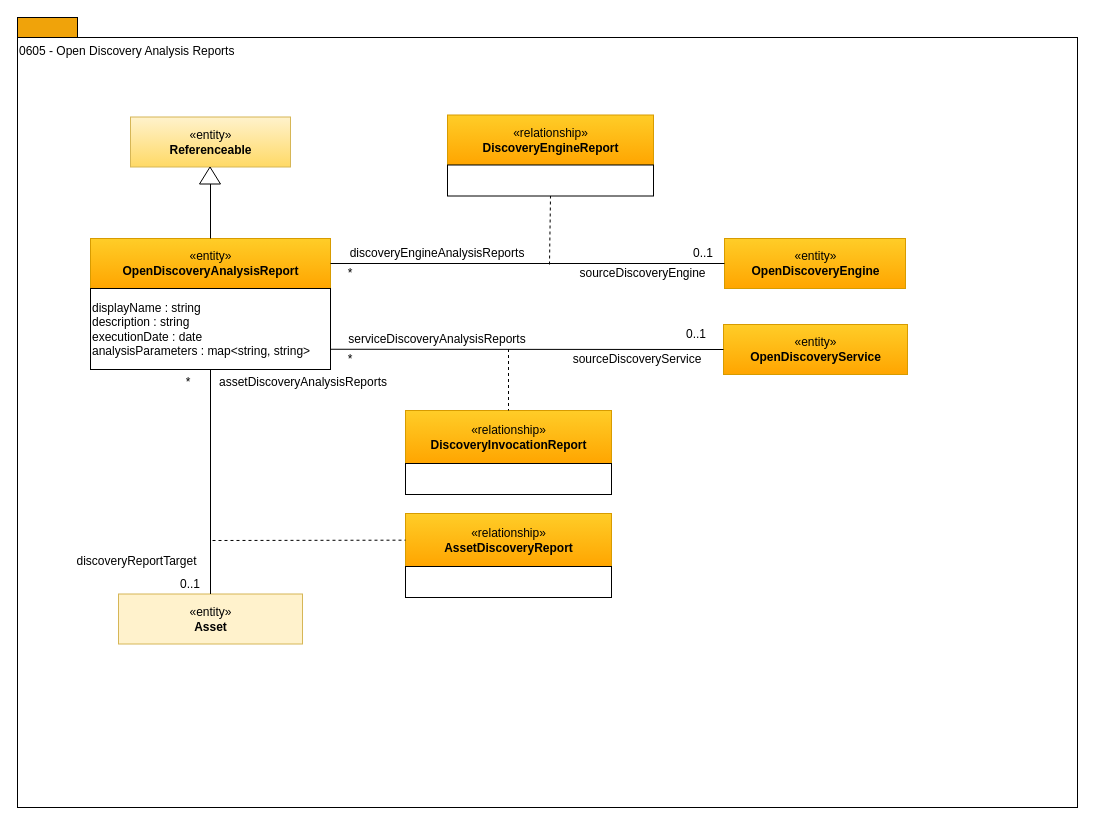
Before: page "0605 - Discovery Analysis Reports" (5 of 17) of open-metadata-publication/website/open-metadata-types/area-6-discovery.drawio in planetf1/egeria, a draw.io diagram. Source tidied: cells renumbered, new cells numbered last; positions are measured from the earlier drawing's top-left corner, leaving out a move shared by most shapes. Both pictures are drawn from the tidied source at 100%, with x=0, y=0 at pixel (17, 17).
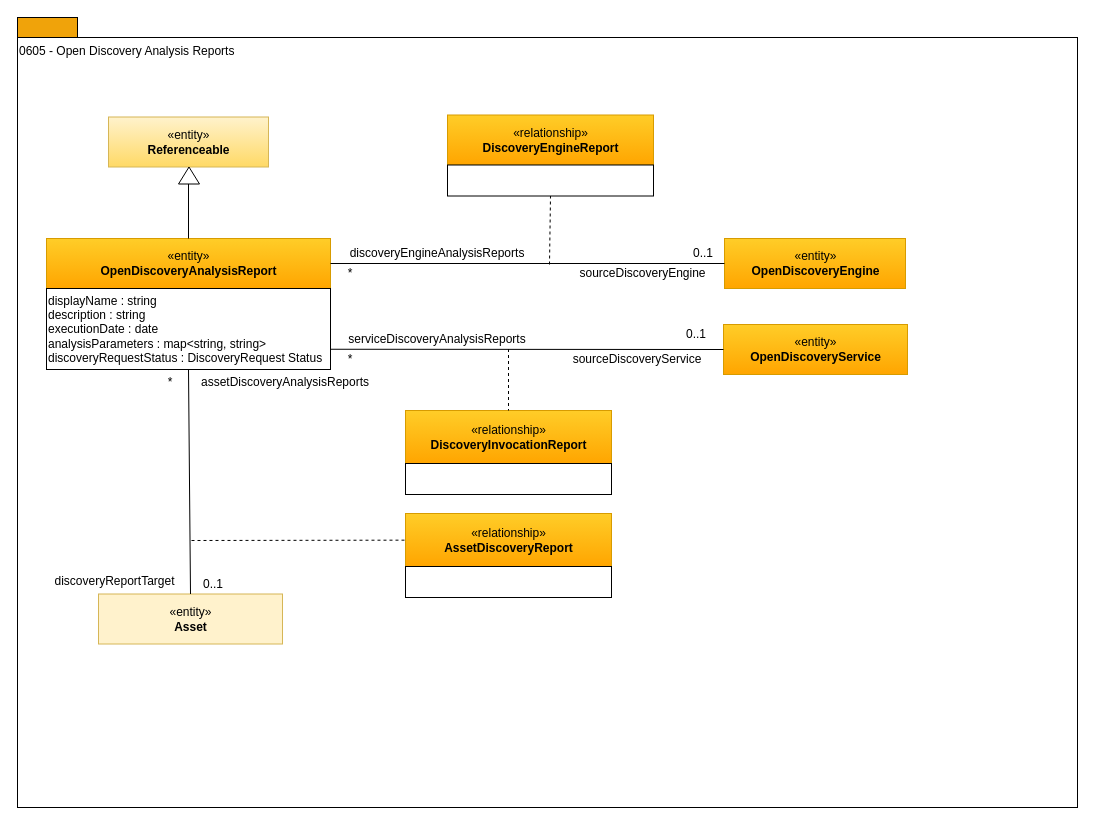
The same diagram, later.

The change refers to these unchanged cells:
```xml
<mxCell id="28" value="«relationship»&lt;br&gt;&lt;b&gt;AssetDiscoveryReport&lt;/b&gt;" style="html=1;strokeColor=#d79b00;align=center;fillColor=#ffcd28;gradientColor=#ffa500;" parent="1" vertex="1">
  <mxGeometry x="388" y="496" width="206" height="53" as="geometry" />
</mxCell>
```

The edit, as a diff of the source:
```diff
@@
     <mxCell id="4" value="«entity»&lt;br&gt;&lt;b&gt;OpenDiscoveryAnalysisReport&lt;/b&gt;" style="html=1;strokeColor=#d79b00;align=center;fillColor=#ffcd28;gradientColor=#ffa500;" parent="1" vertex="1">
-      <mxGeometry x="73" y="221" width="240" height="50" as="geometry" />
+      <mxGeometry x="29" y="221" width="284" height="50" as="geometry" />
     </mxCell>
-    <mxCell id="5" value="displayName : string&lt;br&gt;description : string&lt;br&gt;executionDate : date&lt;br&gt;&lt;div style=&quot;text-align: left&quot;&gt;&lt;span&gt;analysisParameters : map&amp;lt;string, string&amp;gt;&lt;/span&gt;&lt;/div&gt;" style="rounded=0;whiteSpace=wrap;html=1;strokeColor=#000000;gradientColor=#ffffff;align=left;" parent="1" vertex="1">
-      <mxGeometry x="73" y="271" width="240" height="81" as="geometry" />
+    <mxCell id="5" value="displayName : string&lt;br&gt;description : string&lt;br&gt;executionDate : date&lt;br&gt;&lt;div style=&quot;text-align: left&quot;&gt;&lt;span&gt;analysisParameters : map&amp;lt;string, string&amp;gt;&lt;/span&gt;&lt;/div&gt;&lt;div style=&quot;text-align: left&quot;&gt;&lt;span&gt;discoveryRequestStatus : DiscoveryRequest Status&lt;/span&gt;&lt;/div&gt;" style="rounded=0;whiteSpace=wrap;html=1;strokeColor=#000000;gradientColor=#ffffff;align=left;" parent="1" vertex="1">
+      <mxGeometry x="29" y="271" width="284" height="81" as="geometry" />
     </mxCell>
@@
     <mxCell id="7" value="«entity»&lt;br&gt;&lt;b&gt;Referenceable&lt;/b&gt;" style="html=1;strokeColor=#d6b656;align=center;fillColor=#fff2cc;gradientColor=#ffd966;" parent="1" vertex="1">
-      <mxGeometry x="113" y="99.5" width="160" height="50" as="geometry" />
+      <mxGeometry x="91" y="99.5" width="160" height="50" as="geometry" />
     </mxCell>
     <mxCell id="8" style="triangle;whiteSpace=wrap;html=1;strokeColor=#000000;gradientColor=#ffffff;align=center;rotation=-90;" parent="1" vertex="1">
-      <mxGeometry x="184" y="147.5" width="17" height="21" as="geometry" />
+      <mxGeometry x="163" y="147.5" width="17" height="21" as="geometry" />
     </mxCell>
@@
     <mxCell id="27" value="«entity»&lt;br&gt;&lt;b&gt;Asset&lt;/b&gt;" style="html=1;strokeColor=#d6b656;align=center;fillColor=#fff2cc;" parent="1" vertex="1">
-      <mxGeometry x="101" y="576.5" width="184" height="50" as="geometry" />
+      <mxGeometry x="81" y="576.5" width="184" height="50" as="geometry" />
     </mxCell>
@@
     <mxCell id="29" style="endArrow=none;dashed=1;html=1;" parent="1" edge="1" target="28">
       <mxGeometry relative="1" as="geometry">
-        <mxPoint x="195" y="523" as="sourcePoint" />
+        <mxPoint x="174" y="523" as="sourcePoint" />
       </mxGeometry>
     </mxCell>
     <mxCell id="30" value="*" style="text;html=1;strokeColor=none;fillColor=none;align=center;verticalAlign=middle;whiteSpace=wrap;rounded=0;" parent="1" vertex="1">
-      <mxGeometry x="151" y="355" width="40" height="20" as="geometry" />
+      <mxGeometry x="133" y="355" width="40" height="20" as="geometry" />
     </mxCell>
     <mxCell id="31" value="0..1" style="text;html=1;strokeColor=none;fillColor=none;align=center;verticalAlign=middle;whiteSpace=wrap;rounded=0;" parent="1" vertex="1">
-      <mxGeometry x="152.5" y="556.5" width="40" height="20" as="geometry" />
+      <mxGeometry x="175.5" y="556.5" width="40" height="20" as="geometry" />
     </mxCell>
@@
     <mxCell id="33" value="assetDiscoveryAnalysisReports" style="text;html=1;strokeColor=none;fillColor=none;align=center;verticalAlign=middle;whiteSpace=wrap;rounded=0;" parent="1" vertex="1">
-      <mxGeometry x="198" y="355" width="176" height="20" as="geometry" />
+      <mxGeometry x="180" y="355" width="176" height="20" as="geometry" />
     </mxCell>
     <mxCell id="34" value="discoveryReportTarget" style="text;html=1;strokeColor=none;fillColor=none;align=center;verticalAlign=middle;whiteSpace=wrap;rounded=0;" parent="1" vertex="1">
-      <mxGeometry x="45.5" y="534" width="147" height="20" as="geometry" />
+      <mxGeometry x="24" y="554" width="147" height="20" as="geometry" />
     </mxCell>
```
